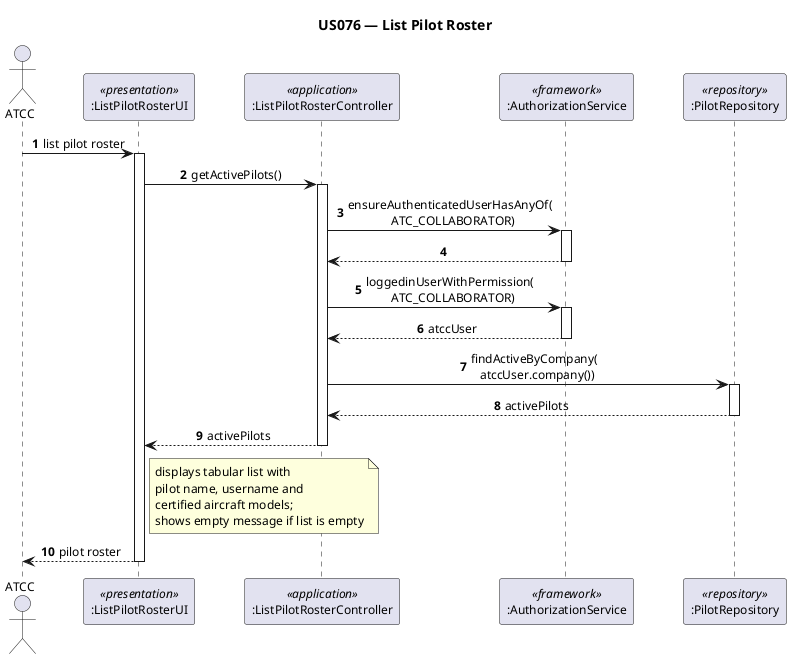
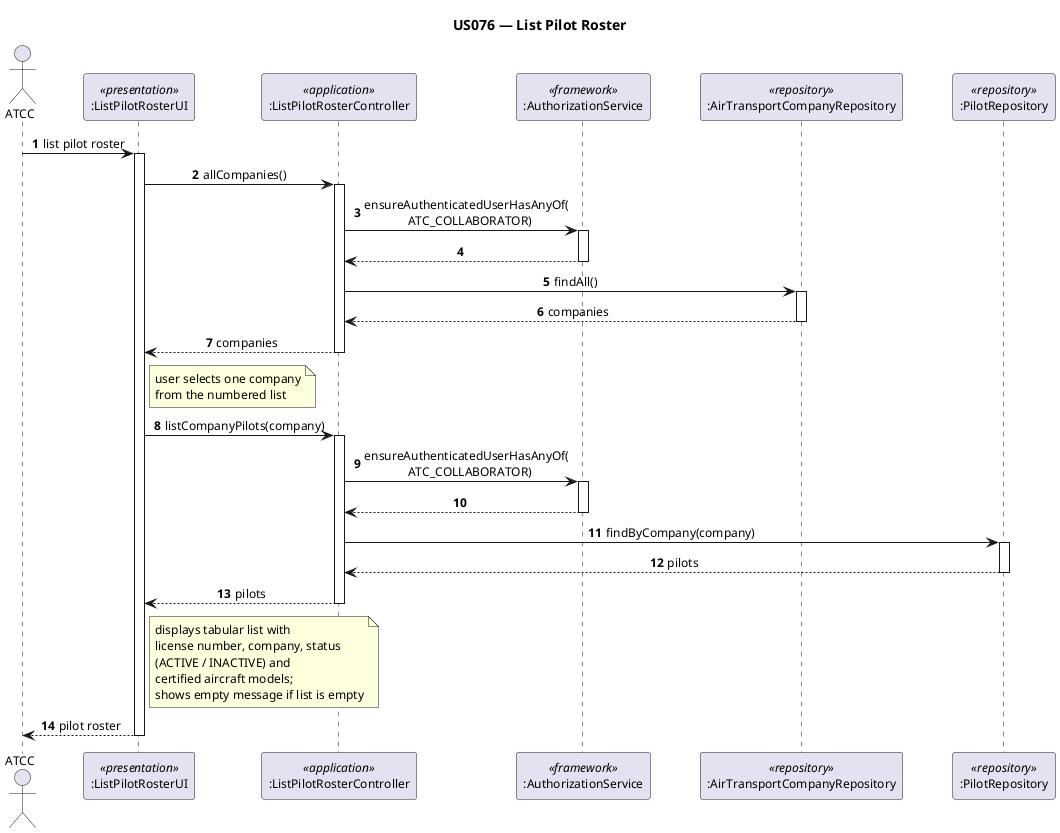
@startuml sd_us076_list_pilot_roster
title US076 — List Pilot Roster

skinparam sequenceMessageAlign center
skinparam defaultFontName Arial
skinparam defaultFontSize 12
skinparam ParticipantPadding 20

autonumber

actor "ATCC" as actor
participant ":ListPilotRosterUI" as ui <<presentation>>
participant ":ListPilotRosterController" as ctrl <<application>>
participant ":AuthorizationService" as authz <<framework>>
+ participant ":AirTransportCompanyRepository" as companyRepo <<repository>>
participant ":PilotRepository" as pilotRepo <<repository>>

actor -> ui : list pilot roster
activate ui

- ui -> ctrl : getActivePilots()
+ ui -> ctrl : allCompanies()
activate ctrl

ctrl -> authz : ensureAuthenticatedUserHasAnyOf(\n  ATC_COLLABORATOR)
activate authz
authz --> ctrl
deactivate authz

- ctrl -> authz : loggedinUserWithPermission(\n  ATC_COLLABORATOR)
+ ctrl -> companyRepo : findAll()
+ activate companyRepo
+ companyRepo --> ctrl : companies
+ deactivate companyRepo
+ 
+ ctrl --> ui : companies
+ deactivate ctrl
+ 
+ note right of ui : user selects one company\nfrom the numbered list
+ 
+ ui -> ctrl : listCompanyPilots(company)
+ activate ctrl
+ 
+ ctrl -> authz : ensureAuthenticatedUserHasAnyOf(\n  ATC_COLLABORATOR)
activate authz
- authz --> ctrl : atccUser
+ authz --> ctrl
deactivate authz

- ctrl -> pilotRepo : findActiveByCompany(\n  atccUser.company())
+ ctrl -> pilotRepo : findByCompany(company)
activate pilotRepo
- pilotRepo --> ctrl : activePilots
+ pilotRepo --> ctrl : pilots
deactivate pilotRepo

- ctrl --> ui : activePilots
+ ctrl --> ui : pilots
deactivate ctrl

- note right of ui : displays tabular list with\npilot name, username and\ncertified aircraft models;\nshows empty message if list is empty
+ note right of ui : displays tabular list with\nlicense number, company, status\n(ACTIVE / INACTIVE) and\ncertified aircraft models;\nshows empty message if list is empty

ui --> actor : pilot roster
deactivate ui

@enduml
